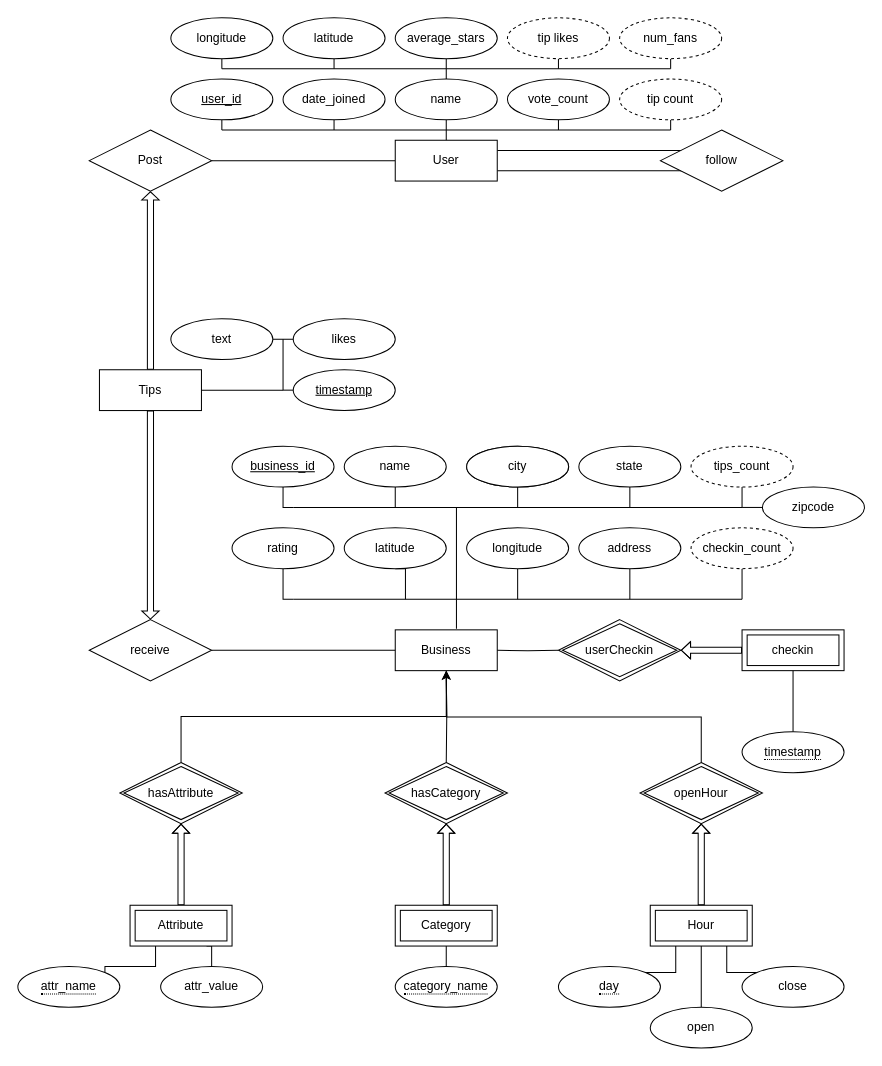
This is drawio/er_kolxy.drawio from kolxy/Cpts-451-yelp-project, a draw.io file, before an edit. Source tidied: cells renumbered, new cells numbered last; positions are measured from the earlier drawing's top-left corner, leaving out a move shared by most shapes. Both pictures are drawn from the tidied source at 102%, with x=0, y=0 at pixel (17, 17).
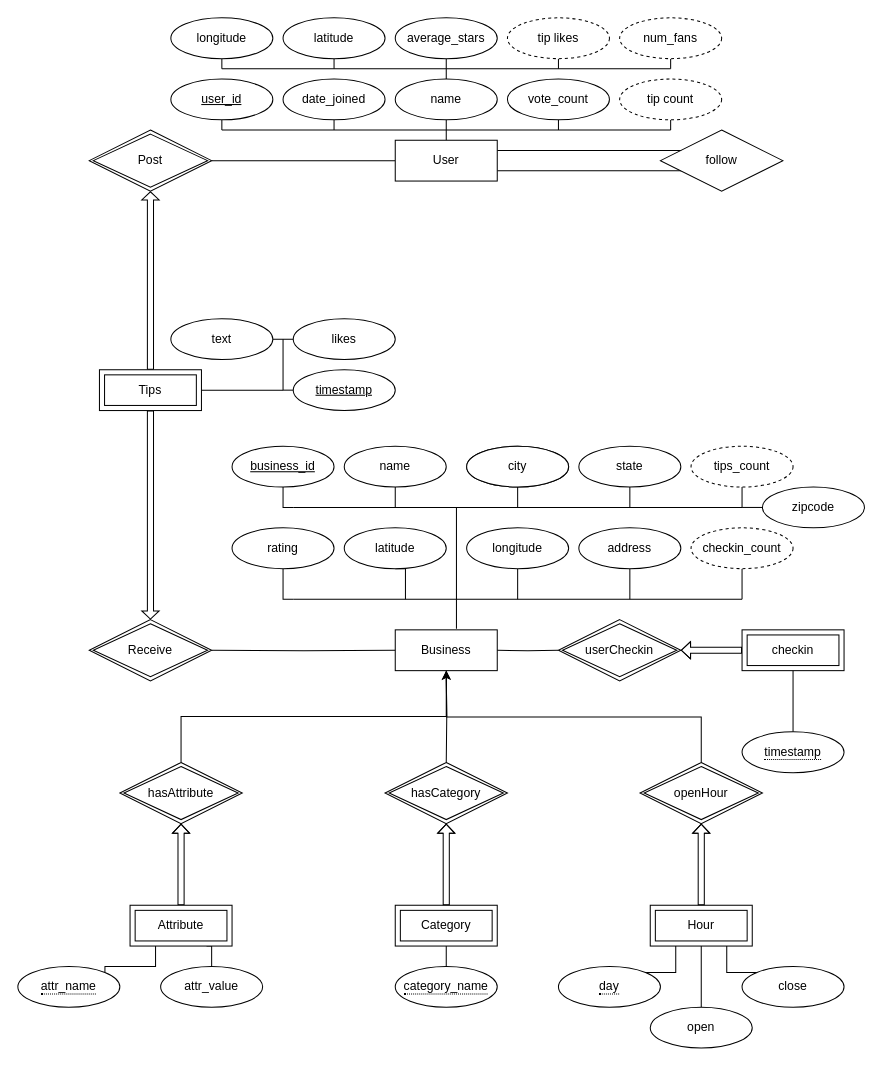
Above is the later version.

The change refers to these unchanged cells:
```xml
<mxCell id="6" value="User" style="whiteSpace=wrap;html=1;align=center;" parent="1" vertex="1">
  <mxGeometry x="370" y="120" width="100" height="40" as="geometry" />
</mxCell>
<mxCell id="22" value="Business" style="whiteSpace=wrap;html=1;align=center;" parent="1" vertex="1">
  <mxGeometry x="370" y="600" width="100" height="40" as="geometry" />
</mxCell>
```

What changed in the source:
```diff
@@
-    <mxCell id="2" style="edgeStyle=orthogonalEdgeStyle;rounded=0;jettySize=auto;html=1;exitX=0;exitY=0.5;exitDx=0;exitDy=0;entryX=1;entryY=0.5;entryDx=0;entryDy=0;endArrow=none;endFill=0;" parent="1" edge="1" source="6" target="20">
-      <mxGeometry relative="1" as="geometry" />
+    <mxCell id="2" style="edgeStyle=orthogonalEdgeStyle;rounded=0;jettySize=auto;html=1;exitX=0;exitY=0.5;exitDx=0;exitDy=0;entryX=1;entryY=0.5;entryDx=0;entryDy=0;endArrow=none;endFill=0;" parent="1" edge="1" source="6">
+      <mxGeometry relative="1" as="geometry">
+        <mxPoint x="190" y="140" as="targetPoint" />
+      </mxGeometry>
     </mxCell>
@@
-    <mxCell id="18" style="edgeStyle=orthogonalEdgeStyle;rounded=0;jettySize=auto;html=1;exitX=0.5;exitY=0;exitDx=0;exitDy=0;shape=flexArrow;width=6;endSize=2.33;endWidth=10;" parent="1" edge="1" source="19" target="20">
-      <mxGeometry relative="1" as="geometry" />
+    <mxCell id="18" style="edgeStyle=orthogonalEdgeStyle;rounded=0;orthogonalLoop=1;jettySize=auto;html=1;exitX=0.5;exitY=0;exitDx=0;exitDy=0;shape=flexArrow;width=6;endSize=2.33;endWidth=10;" parent="1" edge="1">
+      <mxGeometry relative="1" as="geometry">
+        <mxPoint x="130" y="345" as="sourcePoint" />
+        <mxPoint x="130" y="170" as="targetPoint" />
+      </mxGeometry>
     </mxCell>
-    <mxCell id="19" value="Tips" style="whiteSpace=wrap;html=1;align=center;" parent="1" vertex="1">
-      <mxGeometry x="80" y="345" width="100" height="40" as="geometry" />
-    </mxCell>
-    <mxCell id="20" value="Post" style="shape=rhombus;perimeter=rhombusPerimeter;whiteSpace=wrap;html=1;align=center;" parent="1" vertex="1">
-      <mxGeometry x="70" y="110" width="120" height="60" as="geometry" />
-    </mxCell>
@@
-    <mxCell id="72" style="edgeStyle=orthogonalEdgeStyle;rounded=0;jettySize=auto;html=1;exitX=1;exitY=0.5;exitDx=0;exitDy=0;entryX=0;entryY=0.5;entryDx=0;entryDy=0;endArrow=none;endFill=0;" parent="1" edge="1" source="73" target="22">
-      <mxGeometry relative="1" as="geometry" />
+    <mxCell id="72" style="edgeStyle=orthogonalEdgeStyle;rounded=0;jettySize=auto;html=1;exitX=1;exitY=0.5;exitDx=0;exitDy=0;entryX=0;entryY=0.5;entryDx=0;entryDy=0;endArrow=none;endFill=0;" parent="1" edge="1" target="22">
+      <mxGeometry relative="1" as="geometry">
+        <mxPoint x="190" y="620" as="sourcePoint" />
+      </mxGeometry>
     </mxCell>
-    <mxCell id="73" value="receive" style="shape=rhombus;perimeter=rhombusPerimeter;whiteSpace=wrap;html=1;align=center;" parent="1" vertex="1">
-      <mxGeometry x="70" y="590" width="120" height="60" as="geometry" />
-    </mxCell>
-    <mxCell id="74" style="edgeStyle=orthogonalEdgeStyle;rounded=0;jettySize=auto;html=1;exitX=0.5;exitY=1;exitDx=0;exitDy=0;shape=flexArrow;width=6;endSize=2.33;endWidth=10;entryX=0.5;entryY=0;entryDx=0;entryDy=0;" parent="1" edge="1" source="19" target="73">
-      <mxGeometry relative="1" as="geometry" />
+    <mxCell id="74" style="edgeStyle=orthogonalEdgeStyle;rounded=0;orthogonalLoop=1;jettySize=auto;html=1;exitX=0.5;exitY=1;exitDx=0;exitDy=0;shape=flexArrow;width=6;endSize=2.33;endWidth=10;entryX=0.5;entryY=0;entryDx=0;entryDy=0;" parent="1" edge="1">
+      <mxGeometry relative="1" as="geometry">
+        <mxPoint x="130" y="385" as="sourcePoint" />
+        <mxPoint x="130" y="590" as="targetPoint" />
+      </mxGeometry>
     </mxCell>
@@
-    <mxCell id="86" style="endArrow=none;html=1;rounded=0;entryX=1;entryY=0.5;entryDx=0;entryDy=0;" parent="1" edge="1" target="19">
+    <mxCell id="86" style="endArrow=none;html=1;rounded=0;entryX=1;entryY=0.5;entryDx=0;entryDy=0;" parent="1" edge="1">
       <mxGeometry relative="1" as="geometry">
         <mxPoint x="260" y="365" as="sourcePoint" />
+        <mxPoint x="180" y="365" as="targetPoint" />
       </mxGeometry>
     </mxCell>
@@
+    <mxCell id="19" value="Tips" style="shape=ext;margin=3;double=1;whiteSpace=wrap;html=1;align=center;" parent="1" vertex="1">
+      <mxGeometry x="80" y="345" width="100" height="40" as="geometry" />
+    </mxCell>
+    <mxCell id="20" value="Post" style="shape=rhombus;double=1;perimeter=rhombusPerimeter;whiteSpace=wrap;html=1;align=center;" parent="1" vertex="1">
+      <mxGeometry x="70" y="110" width="120" height="60" as="geometry" />
+    </mxCell>
+    <mxCell id="101" value="Receive" style="shape=rhombus;double=1;perimeter=rhombusPerimeter;whiteSpace=wrap;html=1;align=center;" parent="1" vertex="1">
+      <mxGeometry x="70" y="590" width="120" height="60" as="geometry" />
+    </mxCell>
```
